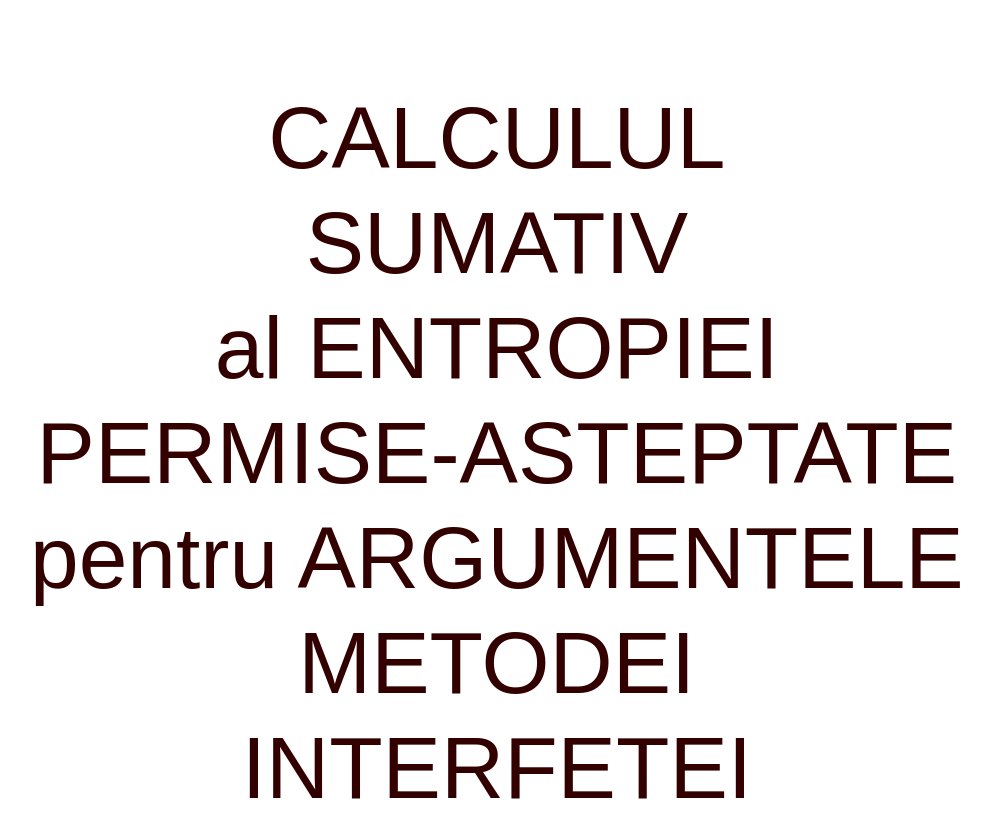
Earlier version of the draw.io diagram 0B3A660E-67EB-4EDE-8B62-FC6FA535634F_1_201_a.drawio.xml (sheeperoni/Diagrams). Source tidied: cells renumbered, new cells numbered last; positions are measured from the earlier drawing's top-left corner, leaving out a move shared by most shapes. Both pictures are drawn from the tidied source at 125%, with x=0, y=0 at pixel (21, 301).
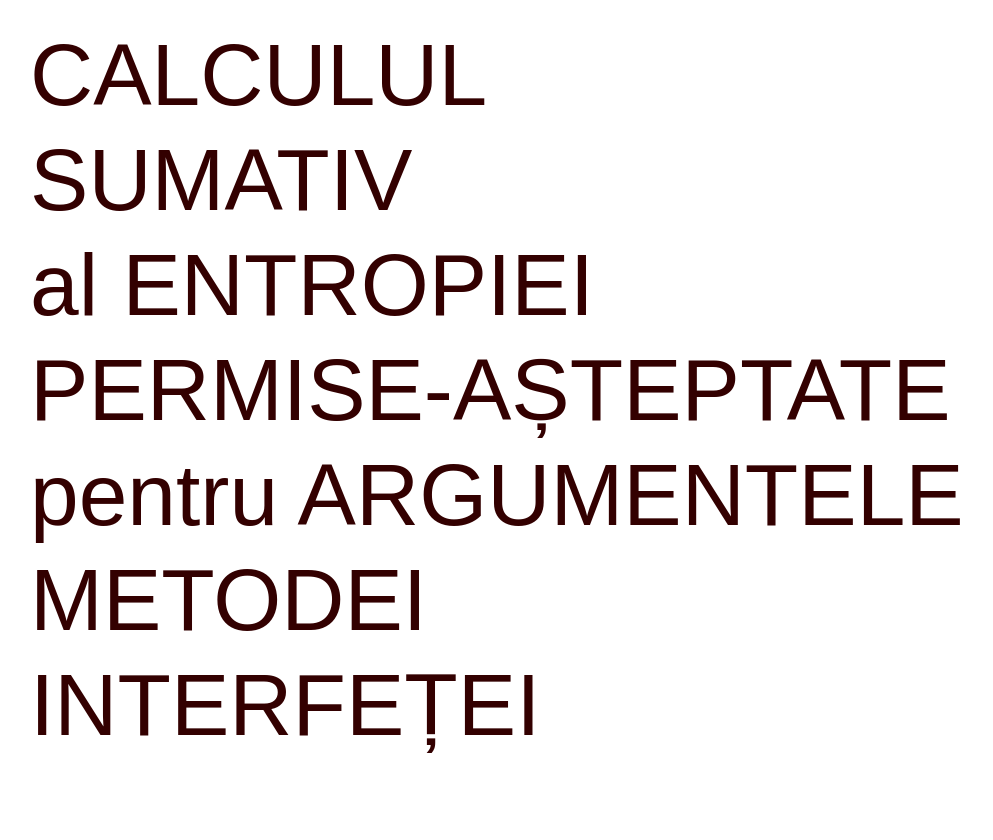
After the change.

What changed in the source:
```diff
@@
 <mxGraphModel>
   <root>
     <mxCell id="0" />
     <mxCell id="1" parent="0" />
-    <mxCell id="2" value="&lt;font color=&quot;#330000&quot;&gt;&lt;span style=&quot;font-size: 70px&quot;&gt;CALCULUL&lt;br&gt;SUMATIV&lt;br&gt;al ENTROPIEI&lt;br&gt;PERMISE-ASTEPTATE&lt;br&gt;pentru ARGUMENTELE&lt;br&gt;METODEI&lt;br&gt;INTERFETEI&lt;br&gt;&lt;/span&gt;&lt;/font&gt;" style="text;html=1;align=center;verticalAlign=middle;strokeColor=none;fillColor=none;" parent="1" vertex="1">
-      <mxGeometry width="760" height="240" as="geometry" />
+    <mxCell id="2" value="&lt;div style=&quot;text-align: left&quot;&gt;&lt;span style=&quot;font-size: 70px ; color: rgb(51 , 0 , 0)&quot;&gt;CALCULUL&lt;/span&gt;&lt;/div&gt;&lt;font color=&quot;#330000&quot;&gt;&lt;div style=&quot;text-align: left&quot;&gt;&lt;span style=&quot;font-size: 70px&quot;&gt;SUMATIV&lt;/span&gt;&lt;/div&gt;&lt;span style=&quot;font-size: 70px&quot;&gt;&lt;div style=&quot;text-align: left&quot;&gt;&lt;span&gt;al ENTROPIEI&lt;/span&gt;&lt;/div&gt;&lt;div style=&quot;text-align: left&quot;&gt;&lt;span&gt;PERMISE-AȘTEPTATE&lt;/span&gt;&lt;/div&gt;&lt;div style=&quot;text-align: left&quot;&gt;&lt;span&gt;pentru ARGUMENTELE&lt;/span&gt;&lt;/div&gt;&lt;div style=&quot;text-align: left&quot;&gt;&lt;span&gt;METODEI&lt;/span&gt;&lt;/div&gt;&lt;div style=&quot;text-align: left&quot;&gt;&lt;span&gt;INTERFEȚEI&lt;/span&gt;&lt;/div&gt;&lt;/span&gt;&lt;/font&gt;" style="text;html=1;align=center;verticalAlign=middle;strokeColor=none;fillColor=none;" parent="1" vertex="1">
+      <mxGeometry width="760" height="140" as="geometry" />
     </mxCell>
   </root>
 </mxGraphModel>
```
